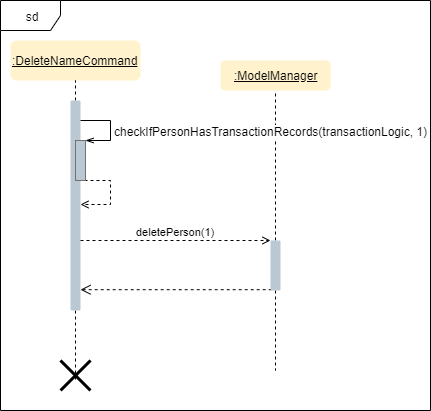
AY1920S1-CS2103T-T13-3/main keeps this draw.io diagram as images/MembersDeleteSD.png. Above is the earlier version. Source tidied: cells renumbered, new cells last; positions are measured from the earlier drawing's top-left corner, leaving out a move shared by most shapes. Its diagram source:
```xml
<mxGraphModel>
  <root>
    <mxCell id="0" />
    <mxCell id="1" parent="0" />
    <mxCell id="2" value="sd" style="shape=umlFrame;whiteSpace=wrap;html=1;" parent="1" vertex="1">
      <mxGeometry width="430" height="410" as="geometry" />
    </mxCell>
    <mxCell id="3" value="&lt;u&gt;:DeleteNameCommand&lt;/u&gt;" style="html=1;fillColor=#fff2cc;strokeColor=none;rounded=1;" parent="1" vertex="1">
      <mxGeometry x="10" y="40" width="130" height="40" as="geometry" />
    </mxCell>
    <mxCell id="4" style="edgeStyle=orthogonalEdgeStyle;rounded=0;jettySize=auto;html=1;entryX=0.5;entryY=1;entryDx=0;entryDy=0;endArrow=none;endFill=0;dashed=1;" parent="1" edge="1" source="6" target="3">
      <mxGeometry relative="1" as="geometry">
        <Array as="points">
          <mxPoint x="75" y="160" />
          <mxPoint x="75" y="160" />
        </Array>
      </mxGeometry>
    </mxCell>
    <mxCell id="5" style="edgeStyle=orthogonalEdgeStyle;rounded=0;jettySize=auto;html=1;dashed=1;endArrow=none;endFill=0;entryX=0.507;entryY=0.64;entryDx=0;entryDy=0;entryPerimeter=0;" parent="1" edge="1" source="6" target="14">
      <mxGeometry relative="1" as="geometry" />
    </mxCell>
    <mxCell id="6" style="html=1;points=[];perimeter=orthogonalPerimeter;fillColor=#bac8d3;strokeColor=none;rounded=1;" parent="1" vertex="1">
      <mxGeometry x="70" y="100" width="10" height="210" as="geometry" />
    </mxCell>
    <mxCell id="7" value="&lt;u&gt;:ModelManager&lt;/u&gt;" style="html=1;fillColor=#fff2cc;strokeColor=none;rounded=1;" parent="1" vertex="1">
      <mxGeometry x="220" y="60" width="110" height="30" as="geometry" />
    </mxCell>
    <mxCell id="8" value="deletePerson(1)" style="html=1;verticalAlign=bottom;endArrow=open;entryX=0;entryY=0;dashed=1;endFill=0;" parent="1" edge="1" source="6" target="13">
      <mxGeometry relative="1" as="geometry" />
    </mxCell>
    <mxCell id="9" style="html=1;verticalAlign=bottom;endArrow=open;dashed=1;endSize=8;exitX=0.12;exitY=0.984;exitDx=0;exitDy=0;exitPerimeter=0;" parent="1" edge="1" source="13" target="6">
      <mxGeometry relative="1" as="geometry" />
    </mxCell>
    <mxCell id="10" style="edgeStyle=orthogonalEdgeStyle;rounded=0;jettySize=auto;html=1;entryX=0.5;entryY=1;entryDx=0;entryDy=0;dashed=1;endArrow=none;endFill=0;" parent="1" edge="1" source="13" target="7">
      <mxGeometry relative="1" as="geometry" />
    </mxCell>
    <mxCell id="11" style="edgeStyle=orthogonalEdgeStyle;rounded=0;jettySize=auto;html=1;dashed=1;endArrow=none;endFill=0;" parent="1" edge="1" source="13">
      <mxGeometry relative="1" as="geometry">
        <mxPoint x="275" y="240" as="targetPoint" />
        <Array as="points">
          <mxPoint x="275" y="240" />
        </Array>
      </mxGeometry>
    </mxCell>
    <mxCell id="12" style="edgeStyle=orthogonalEdgeStyle;rounded=0;jettySize=auto;html=1;dashed=1;endArrow=none;endFill=0;" parent="1" edge="1" source="13">
      <mxGeometry relative="1" as="geometry">
        <mxPoint x="275" y="370" as="targetPoint" />
      </mxGeometry>
    </mxCell>
    <mxCell id="13" style="html=1;points=[];perimeter=orthogonalPerimeter;rounded=1;fillColor=#bac8d3;strokeColor=none;" parent="1" vertex="1">
      <mxGeometry x="270" y="240" width="10" height="50" as="geometry" />
    </mxCell>
    <mxCell id="14" style="shape=umlDestroy;whiteSpace=wrap;html=1;strokeWidth=3;" parent="1" vertex="1">
      <mxGeometry x="60" y="360" width="30" height="30" as="geometry" />
    </mxCell>
    <mxCell id="15" style="edgeStyle=orthogonalEdgeStyle;rounded=0;jettySize=auto;html=1;exitX=0.94;exitY=0.99;exitDx=0;exitDy=0;exitPerimeter=0;entryX=0.96;entryY=0.497;entryDx=0;entryDy=0;entryPerimeter=0;endArrow=open;endFill=0;dashed=1;" parent="1" edge="1" source="16" target="6">
      <mxGeometry relative="1" as="geometry">
        <Array as="points">
          <mxPoint x="110" y="180" />
          <mxPoint x="110" y="204" />
        </Array>
      </mxGeometry>
    </mxCell>
    <mxCell id="16" style="html=1;points=[];perimeter=orthogonalPerimeter;fillColor=#bac8d3;strokeColor=#73706D;" parent="1" vertex="1">
      <mxGeometry x="75" y="140" width="10" height="40" as="geometry" />
    </mxCell>
    <mxCell id="17" style="edgeStyle=orthogonalEdgeStyle;html=1;align=left;spacingLeft=2;endArrow=openThin;rounded=0;entryX=1;entryY=0;endFill=0;" parent="1" edge="1" target="16">
      <mxGeometry relative="1" as="geometry">
        <mxPoint x="80" y="120" as="sourcePoint" />
        <Array as="points">
          <mxPoint x="110" y="120" />
          <mxPoint x="110" y="140" />
        </Array>
      </mxGeometry>
    </mxCell>
    <mxCell id="18" value="&lt;pre style=&quot;background-color: rgb(43 , 43 , 43) ; font-family: &amp;#34;consolas&amp;#34; ; font-size: 9.8pt&quot;&gt;&lt;br&gt;&lt;/pre&gt;" style="text;html=1;align=center;verticalAlign=middle;labelBackgroundColor=#ffffff;" parent="17" vertex="1">
      <mxGeometry x="-0.37" relative="1" as="geometry" />
    </mxCell>
    <mxCell id="19" value="checkIfPersonHasTransactionRecords(transactionLogic, 1)" style="text;html=1;align=center;verticalAlign=middle;labelBackgroundColor=#ffffff;" parent="17" vertex="1">
      <mxGeometry x="-0.73" relative="1" as="geometry">
        <mxPoint x="180" y="10" as="offset" />
      </mxGeometry>
    </mxCell>
  </root>
</mxGraphModel>
```
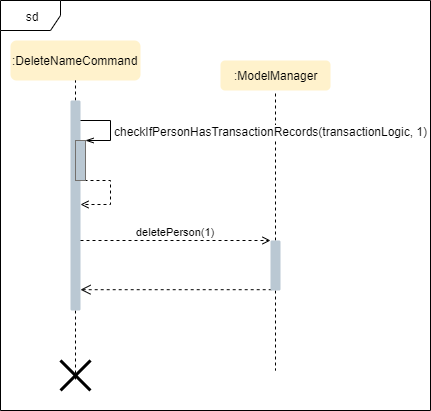
After the commit.

The edit, as a diff of the source:
```diff
@@ -5,7 +5,7 @@
     <mxCell id="2" value="sd" style="shape=umlFrame;whiteSpace=wrap;html=1;" parent="1" vertex="1">
       <mxGeometry width="430" height="410" as="geometry" />
     </mxCell>
-    <mxCell id="3" value="&lt;u&gt;:DeleteNameCommand&lt;/u&gt;" style="html=1;fillColor=#fff2cc;strokeColor=none;rounded=1;" parent="1" vertex="1">
+    <mxCell id="3" value=":DeleteNameCommand" style="html=1;fillColor=#fff2cc;strokeColor=none;rounded=1;" parent="1" vertex="1">
       <mxGeometry x="10" y="40" width="130" height="40" as="geometry" />
     </mxCell>
     <mxCell id="4" style="edgeStyle=orthogonalEdgeStyle;rounded=0;jettySize=auto;html=1;entryX=0.5;entryY=1;entryDx=0;entryDy=0;endArrow=none;endFill=0;dashed=1;" parent="1" edge="1" source="6" target="3">
@@ -22,7 +22,7 @@
     <mxCell id="6" style="html=1;points=[];perimeter=orthogonalPerimeter;fillColor=#bac8d3;strokeColor=none;rounded=1;" parent="1" vertex="1">
       <mxGeometry x="70" y="100" width="10" height="210" as="geometry" />
     </mxCell>
-    <mxCell id="7" value="&lt;u&gt;:ModelManager&lt;/u&gt;" style="html=1;fillColor=#fff2cc;strokeColor=none;rounded=1;" parent="1" vertex="1">
+    <mxCell id="7" value=":ModelManager" style="html=1;fillColor=#fff2cc;strokeColor=none;rounded=1;" parent="1" vertex="1">
       <mxGeometry x="220" y="60" width="110" height="30" as="geometry" />
     </mxCell>
     <mxCell id="8" value="deletePerson(1)" style="html=1;verticalAlign=bottom;endArrow=open;entryX=0;entryY=0;dashed=1;endFill=0;" parent="1" edge="1" source="6" target="13">
```
